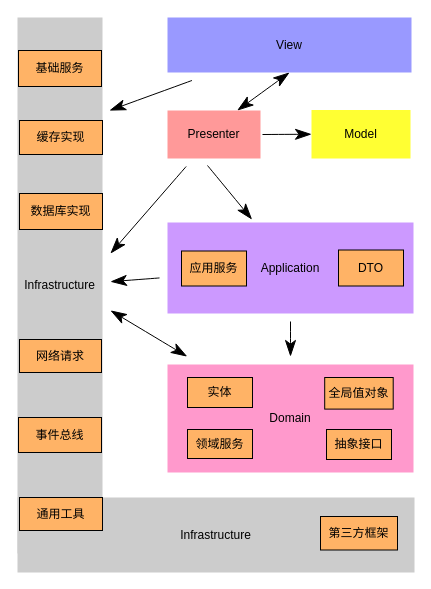
Before: 软件架构层次2.drawio in gmyboy/software-architecture, a draw.io diagram. Source tidied: cells renumbered, new cells numbered last; positions are measured from the earlier drawing's top-left corner, leaving out a move shared by most shapes. Both pictures are drawn from the tidied source at 100%, with x=0, y=0 at pixel (17, 17).
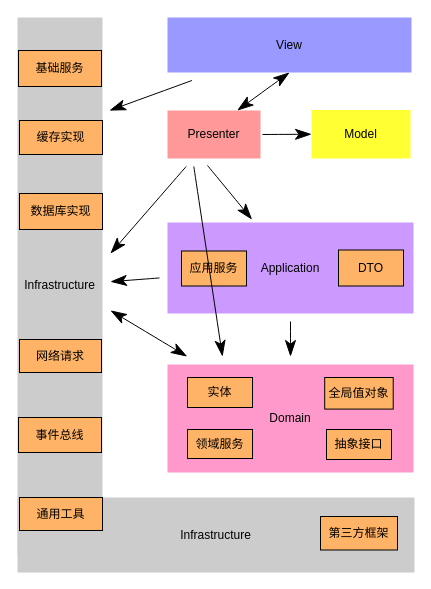
Above is the later version.

Commit message:
Update 软件架构层次2.drawio

The edit, as a diff of the source:
```diff
@@
+    <mxCell id="30" style="edgeStyle=none;curved=1;rounded=0;orthogonalLoop=1;jettySize=auto;html=1;fontFamily=Helvetica;fontSize=12;fontColor=#000000;startArrow=none;startFill=0;endArrow=classicThin;endFill=1;startSize=14;endSize=14;sourcePerimeterSpacing=8;targetPerimeterSpacing=8;strokeColor=#000000;" parent="1" edge="1">
+      <mxGeometry relative="1" as="geometry">
+        <mxPoint x="176.3" y="149" as="sourcePoint" />
+        <mxPoint x="205" y="339" as="targetPoint" />
+      </mxGeometry>
+    </mxCell>
```
